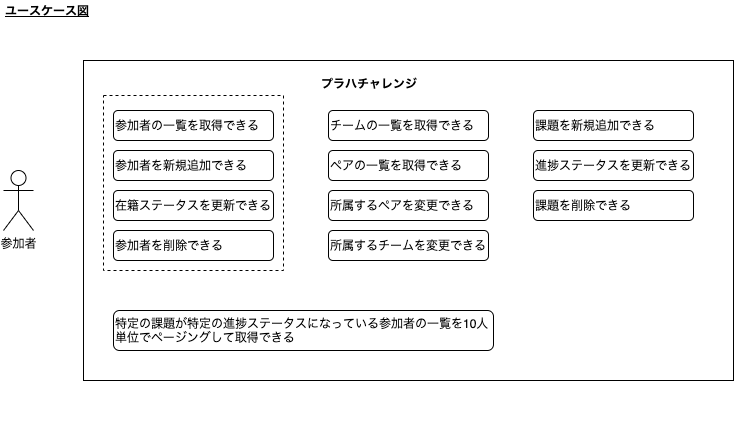
KeisukeShimokawa/praha-challenges-ddd keeps this draw.io diagram as modeling/index.drawio.png. Above is the earlier version. Source tidied: cells renumbered, new cells last; positions are measured from the earlier drawing's top-left corner, leaving out a move shared by most shapes. Source of this version:
```xml
<mxGraphModel>
  <root>
    <mxCell id="0" />
    <mxCell id="1" parent="0" />
    <mxCell id="2" value="ユースケース図" style="text;html=1;align=left;verticalAlign=middle;strokeColor=none;fontStyle=5;" parent="1" vertex="1">
      <mxGeometry width="100" height="20" as="geometry" />
    </mxCell>
    <mxCell id="3" value="参加者" style="shape=umlActor;verticalLabelPosition=bottom;verticalAlign=top;html=1;" parent="1" vertex="1">
      <mxGeometry y="170" width="30" height="60" as="geometry" />
    </mxCell>
    <mxCell id="4" style="group;" parent="1" vertex="1">
      <mxGeometry x="80" y="60" width="650" height="370" as="geometry" />
    </mxCell>
    <mxCell id="5" style="rounded=0;whiteSpace=wrap;html=1;align=left;" parent="4" vertex="1">
      <mxGeometry width="650" height="320" as="geometry" />
    </mxCell>
    <mxCell id="6" value="プラハチャレンジ" style="text;html=1;align=left;verticalAlign=middle;strokeColor=none;fontStyle=1;" parent="4" vertex="1">
      <mxGeometry x="235.6" y="13.2" width="110" height="20" as="geometry" />
    </mxCell>
    <mxCell id="7" value="参加者の一覧を取得できる" style="rounded=1;whiteSpace=wrap;html=1;align=left;" parent="4" vertex="1">
      <mxGeometry x="30" y="50" width="160" height="30" as="geometry" />
    </mxCell>
    <mxCell id="8" value="参加者を新規追加できる" style="rounded=1;whiteSpace=wrap;html=1;align=left;" parent="4" vertex="1">
      <mxGeometry x="30" y="90" width="160" height="30" as="geometry" />
    </mxCell>
    <mxCell id="9" value="在籍ステータスを更新できる" style="rounded=1;whiteSpace=wrap;html=1;align=left;" parent="4" vertex="1">
      <mxGeometry x="30" y="130" width="160" height="30" as="geometry" />
    </mxCell>
    <mxCell id="10" value="参加者を削除できる" style="rounded=1;whiteSpace=wrap;html=1;align=left;" parent="4" vertex="1">
      <mxGeometry x="30" y="170" width="160" height="30" as="geometry" />
    </mxCell>
    <mxCell id="11" value="チームの一覧を取得できる" style="rounded=1;whiteSpace=wrap;html=1;align=left;" parent="4" vertex="1">
      <mxGeometry x="245" y="50" width="160" height="30" as="geometry" />
    </mxCell>
    <mxCell id="12" value="ペアの一覧を取得できる" style="rounded=1;whiteSpace=wrap;html=1;align=left;" parent="4" vertex="1">
      <mxGeometry x="245" y="90" width="160" height="30" as="geometry" />
    </mxCell>
    <mxCell id="13" value="所属するペアを変更できる" style="rounded=1;whiteSpace=wrap;html=1;align=left;" parent="4" vertex="1">
      <mxGeometry x="245" y="130" width="160" height="30" as="geometry" />
    </mxCell>
    <mxCell id="14" value="所属するチームを変更できる" style="rounded=1;whiteSpace=wrap;html=1;align=left;" parent="4" vertex="1">
      <mxGeometry x="245" y="170" width="160" height="30" as="geometry" />
    </mxCell>
    <mxCell id="15" value="進捗ステータスを更新できる" style="rounded=1;whiteSpace=wrap;html=1;align=left;" parent="4" vertex="1">
      <mxGeometry x="450" y="90" width="160" height="30" as="geometry" />
    </mxCell>
    <mxCell id="16" value="課題を削除できる" style="rounded=1;whiteSpace=wrap;html=1;align=left;" parent="4" vertex="1">
      <mxGeometry x="450" y="130" width="160" height="30" as="geometry" />
    </mxCell>
    <mxCell id="17" value="特定の課題が特定の進捗ステータスになっている参加者の一覧を10人単位でページングして取得できる" style="rounded=1;whiteSpace=wrap;html=1;align=left;" parent="4" vertex="1">
      <mxGeometry x="30" y="250" width="380" height="40" as="geometry" />
    </mxCell>
    <mxCell id="18" style="rounded=0;whiteSpace=wrap;html=1;align=left;fillColor=none;strokeColor=#000000;dashed=1;" parent="4" vertex="1">
      <mxGeometry x="20" y="35" width="180" height="175" as="geometry" />
    </mxCell>
    <mxCell id="19" value="課題を新規追加できる" style="rounded=1;whiteSpace=wrap;html=1;align=left;" parent="1" vertex="1">
      <mxGeometry x="530" y="110" width="160" height="30" as="geometry" />
    </mxCell>
  </root>
</mxGraphModel>
```
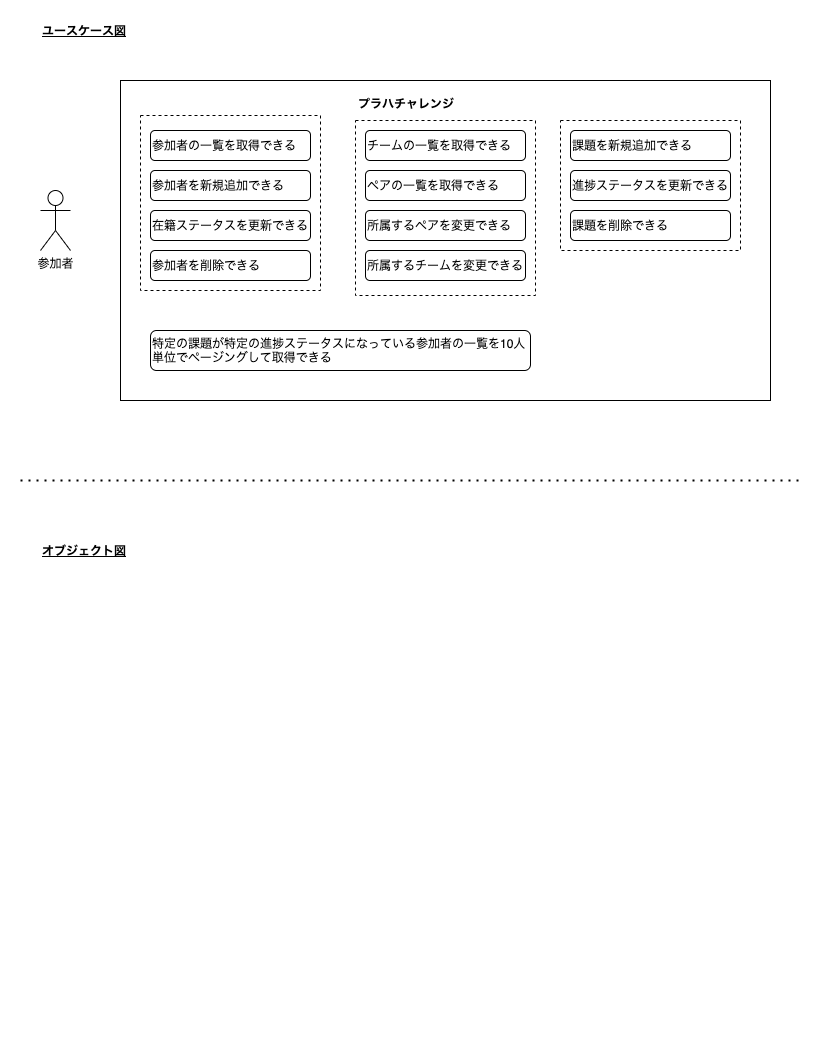
After the change.

Commit message:
feat: 背景を透過させないために四角形の背景を追加

Change to the diagram source:
```diff
@@ -2,6 +2,9 @@
   <root>
     <mxCell id="0" />
     <mxCell id="1" parent="0" />
+    <mxCell id="20" style="rounded=0;whiteSpace=wrap;html=1;strokeColor=none;" parent="1" vertex="1">
+      <mxGeometry x="-40" y="-20" width="820" height="440" as="geometry" />
+    </mxCell>
     <mxCell id="2" value="ユースケース図" style="text;html=1;align=left;verticalAlign=middle;strokeColor=none;fontStyle=5;" parent="1" vertex="1">
       <mxGeometry width="100" height="20" as="geometry" />
     </mxCell>
@@ -56,5 +59,23 @@
     <mxCell id="19" value="課題を新規追加できる" style="rounded=1;whiteSpace=wrap;html=1;align=left;" parent="1" vertex="1">
       <mxGeometry x="530" y="110" width="160" height="30" as="geometry" />
     </mxCell>
+    <mxCell id="21" style="rounded=0;whiteSpace=wrap;html=1;align=left;fillColor=none;strokeColor=#000000;dashed=1;" parent="1" vertex="1">
+      <mxGeometry x="315" y="100" width="180" height="175" as="geometry" />
+    </mxCell>
+    <mxCell id="22" style="rounded=0;whiteSpace=wrap;html=1;align=left;fillColor=none;strokeColor=#000000;dashed=1;" parent="1" vertex="1">
+      <mxGeometry x="520" y="100" width="180" height="130" as="geometry" />
+    </mxCell>
+    <mxCell id="23" style="endArrow=none;dashed=1;html=1;dashPattern=1 3;strokeWidth=2;" parent="1" edge="1">
+      <mxGeometry relative="1" as="geometry">
+        <mxPoint x="-20" y="460" as="sourcePoint" />
+        <mxPoint x="760" y="460" as="targetPoint" />
+      </mxGeometry>
+    </mxCell>
+    <mxCell id="24" style="rounded=0;whiteSpace=wrap;html=1;strokeColor=none;" parent="1" vertex="1">
+      <mxGeometry x="-40" y="500" width="824" height="520" as="geometry" />
+    </mxCell>
+    <mxCell id="25" value="オブジェクト図" style="text;html=1;align=left;verticalAlign=middle;strokeColor=none;fontStyle=5;" parent="1" vertex="1">
+      <mxGeometry y="520" width="100" height="20" as="geometry" />
+    </mxCell>
   </root>
 </mxGraphModel>
```
